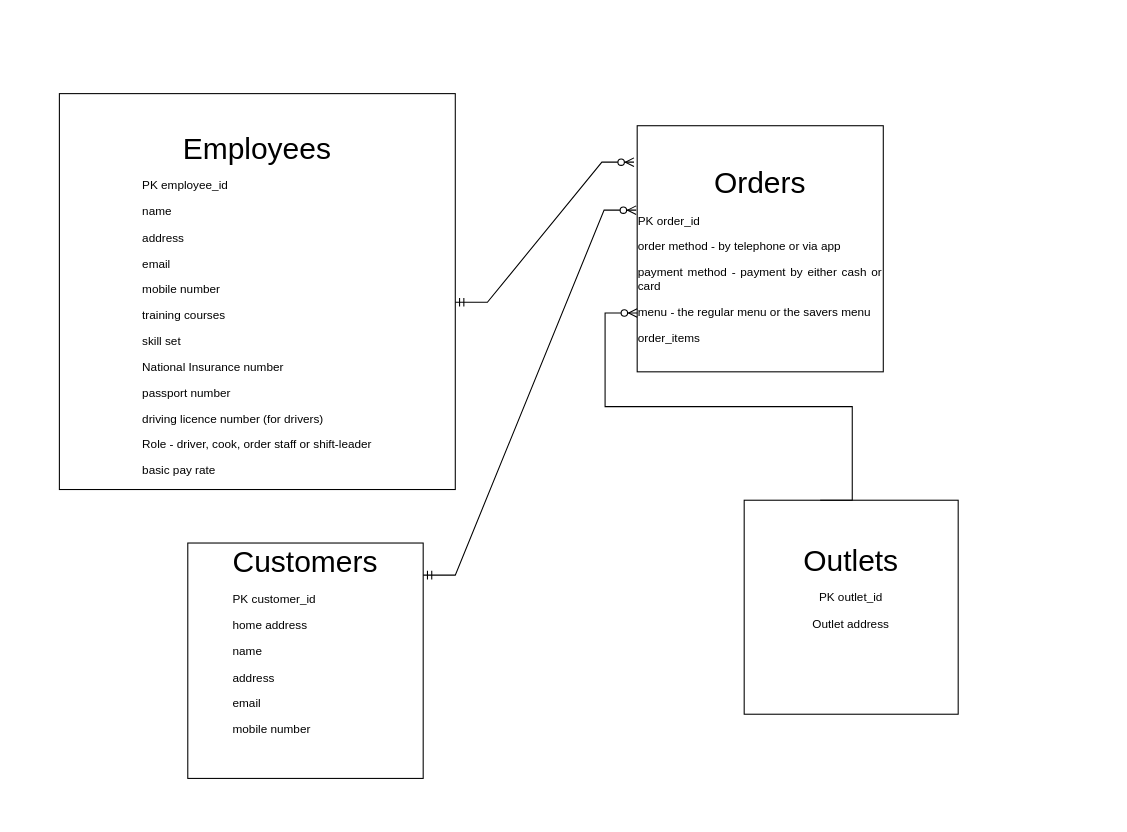
Above: Untitled Diagram.drawio in yuliiabosher/Relational-databases (draw.io), before the change. Source tidied: cells renumbered, new cells numbered last; positions are measured from the earlier drawing's top-left corner, leaving out a move shared by most shapes. Both pictures are drawn from the tidied source at 107%, with x=0, y=0 at pixel (59, 93).
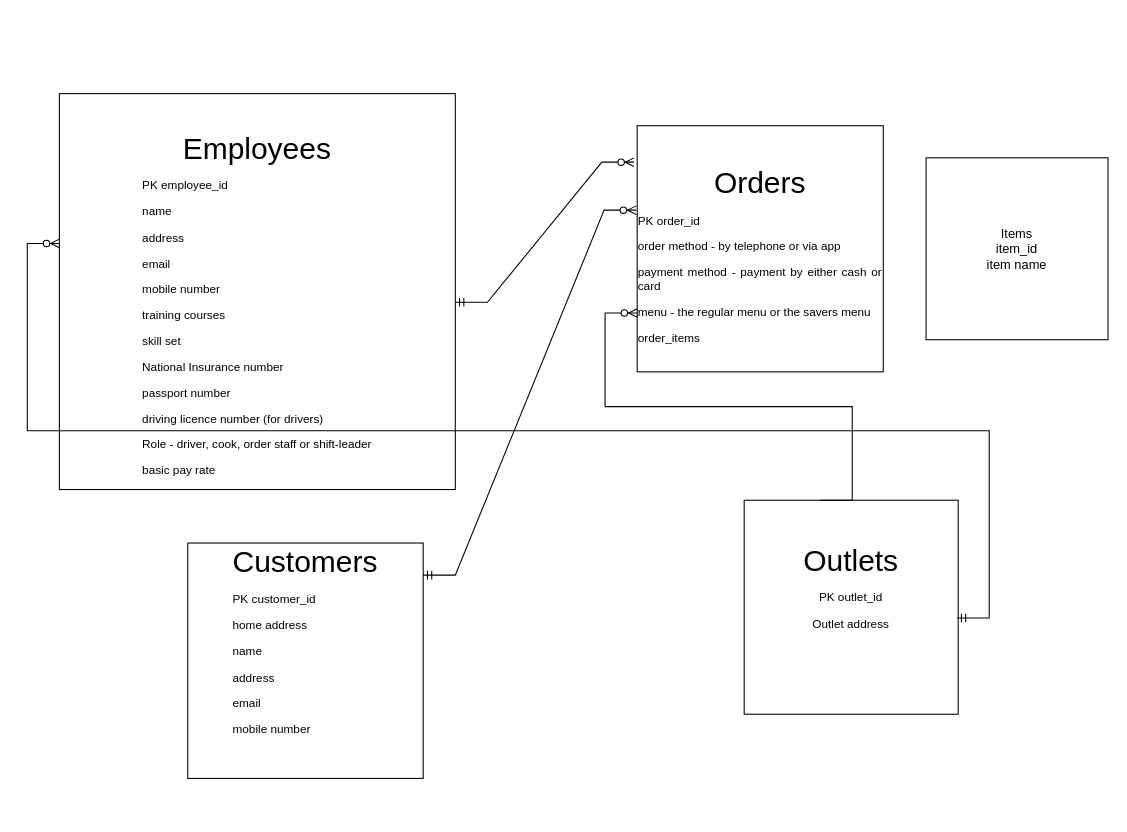
After the change.

What changed in the source:
```diff
@@
 <mxGraphModel>
   <root>
     <mxCell id="0" />
     <mxCell id="1" parent="0" />
     <mxCell id="2" value="&lt;p style=&quot;text-align: center; font-size: 11px;&quot;&gt;&lt;font style=&quot;font-size: 11px;&quot;&gt;&lt;br&gt;&lt;/font&gt;&lt;/p&gt;&lt;p style=&quot;text-align: center; font-size: 11px;&quot;&gt;&lt;font style=&quot;font-size: 28px;&quot;&gt;Employees&lt;/font&gt;&lt;/p&gt;&lt;p style=&quot;text-align: left; font-size: 11px;&quot;&gt;&lt;font style=&quot;font-size: 11px;&quot;&gt;PK employee_id&lt;/font&gt;&lt;/p&gt;&lt;p style=&quot;text-align: justify; font-size: 11px;&quot;&gt;&lt;font style=&quot;font-size: 11px;&quot;&gt;&lt;span style=&quot;font-family: Calibri;&quot;&gt;name&lt;/span&gt;&lt;/font&gt;&lt;/p&gt;&lt;p style=&quot;text-align: justify; font-size: 11px;&quot;&gt;&lt;font style=&quot;font-size: 11px;&quot;&gt;&lt;span style=&quot;font-family: Calibri;&quot;&gt;address&lt;/span&gt;&lt;/font&gt;&lt;/p&gt;&lt;p style=&quot;text-align: justify; font-size: 11px;&quot;&gt;&lt;font style=&quot;font-size: 11px;&quot;&gt;&lt;span style=&quot;font-family: Calibri;&quot;&gt;email&lt;/span&gt;&lt;/font&gt;&lt;/p&gt;&lt;p style=&quot;text-align: justify; font-size: 11px;&quot;&gt;&lt;font style=&quot;font-size: 11px;&quot;&gt;&lt;span style=&quot;font-family: Calibri;&quot;&gt;mobile number&lt;/span&gt;&lt;/font&gt;&lt;/p&gt;&lt;p style=&quot;text-align: justify; font-size: 11px;&quot;&gt;&lt;font style=&quot;font-size: 11px;&quot;&gt;&lt;span style=&quot;font-family: Calibri;&quot;&gt;training courses&lt;/span&gt;&lt;/font&gt;&lt;/p&gt;&lt;p style=&quot;text-align: justify; font-size: 11px;&quot;&gt;&lt;font style=&quot;font-size: 11px;&quot;&gt;&lt;span style=&quot;font-family: Calibri;&quot;&gt;skill set&lt;/span&gt;&lt;/font&gt;&lt;/p&gt;&lt;p style=&quot;text-align: justify; font-size: 11px;&quot;&gt;&lt;font style=&quot;font-size: 11px;&quot;&gt;&lt;span style=&quot;font-family: Calibri;&quot;&gt;National Insurance number&lt;/span&gt;&lt;/font&gt;&lt;/p&gt;&lt;p style=&quot;text-align: justify; font-size: 11px;&quot;&gt;&lt;font style=&quot;font-size: 11px;&quot;&gt;&lt;span style=&quot;font-family: Calibri;&quot;&gt;passport number &lt;/span&gt;&lt;/font&gt;&lt;/p&gt;&lt;p style=&quot;text-align: justify; font-size: 11px;&quot;&gt;&lt;font style=&quot;font-size: 11px;&quot;&gt;&lt;span style=&quot;font-family: Calibri;&quot;&gt;driving licence number (for drivers)&lt;/span&gt;&lt;/font&gt;&lt;/p&gt;&lt;p style=&quot;text-align: justify; font-size: 11px;&quot;&gt;&lt;font style=&quot;font-size: 11px;&quot;&gt;&lt;span style=&quot;font-family: Calibri;&quot;&gt;Role - driver, cook, order staff or shift-leader&lt;/span&gt;&lt;/font&gt;&lt;/p&gt;&lt;p style=&quot;text-align: justify; font-size: 11px;&quot;&gt;&lt;font style=&quot;font-size: 11px;&quot;&gt;&lt;span style=&quot;font-family: Calibri;&quot;&gt;basic pay rate&lt;/span&gt;&lt;/font&gt;&lt;br&gt;&lt;/p&gt;" style="whiteSpace=wrap;html=1;" parent="1" vertex="1">
       <mxGeometry width="370" height="370" as="geometry" />
     </mxCell>
     <mxCell id="3" value="&lt;p style=&quot;text-align: center; font-size: 11px;&quot;&gt;&lt;font style=&quot;font-size: 11px;&quot;&gt;&lt;br&gt;&lt;/font&gt;&lt;/p&gt;&lt;p style=&quot;text-align: center; font-size: 11px;&quot;&gt;&lt;font style=&quot;font-size: 28px;&quot;&gt;Customers&lt;/font&gt;&lt;/p&gt;&lt;p style=&quot;text-align: justify; font-size: 11px;&quot;&gt;&lt;font style=&quot;font-size: 11px;&quot;&gt;&lt;span style=&quot;font-family: Calibri;&quot;&gt;PK customer_id&lt;/span&gt;&lt;/font&gt;&lt;/p&gt;&lt;p style=&quot;text-align: justify; font-size: 11px;&quot;&gt;&lt;font style=&quot;font-size: 11px;&quot;&gt;&lt;span style=&quot;font-family: Calibri;&quot;&gt;home address&lt;/span&gt;&lt;/font&gt;&lt;/p&gt;&lt;p style=&quot;text-align: justify; font-size: 11px;&quot;&gt;&lt;font style=&quot;font-size: 11px;&quot;&gt;&lt;span style=&quot;font-family: Calibri;&quot;&gt;name&lt;/span&gt;&lt;/font&gt;&lt;/p&gt;&lt;p style=&quot;text-align: justify; font-size: 11px;&quot;&gt;&lt;font style=&quot;font-size: 11px;&quot;&gt;&lt;span style=&quot;font-family: Calibri;&quot;&gt;address&lt;/span&gt;&lt;/font&gt;&lt;/p&gt;&lt;p style=&quot;text-align: justify; font-size: 11px;&quot;&gt;&lt;font style=&quot;font-size: 11px;&quot;&gt;&lt;span style=&quot;font-family: Calibri;&quot;&gt;email&lt;/span&gt;&lt;/font&gt;&lt;/p&gt;&lt;p style=&quot;text-align: justify; font-size: 11px;&quot;&gt;&lt;font style=&quot;font-size: 11px;&quot;&gt;&lt;span style=&quot;font-family: Calibri;&quot;&gt;mobile number&lt;/span&gt;&lt;/font&gt;&lt;/p&gt;&lt;p style=&quot;text-align: justify; font-size: 11px;&quot;&gt;&lt;font style=&quot;font-size: 11px;&quot;&gt;&lt;br&gt;&lt;/font&gt;&lt;/p&gt;&lt;p style=&quot;text-align: center; font-size: 11px;&quot;&gt;&lt;font style=&quot;font-size: 11px;&quot;&gt;&lt;br&gt;&lt;font style=&quot;font-size: 11px;&quot;&gt;&lt;br&gt;&lt;/font&gt;&lt;/font&gt;&lt;/p&gt;" style="whiteSpace=wrap;html=1;" parent="1" vertex="1">
       <mxGeometry x="120" y="420" width="220" height="220" as="geometry" />
     </mxCell>
     <mxCell id="4" value="&lt;p style=&quot;text-align: center; font-size: 11px;&quot;&gt;&lt;font style=&quot;font-size: 28px;&quot;&gt;Outlets&lt;/font&gt;&lt;/p&gt;&lt;p style=&quot;text-align: center; font-size: 11px;&quot;&gt;&lt;font style=&quot;font-size: 11px;&quot;&gt;&lt;span style=&quot;font-family: Calibri;&quot;&gt;PK outlet_id&lt;/span&gt;&lt;/font&gt;&lt;/p&gt;&lt;p style=&quot;text-align: center; font-size: 11px;&quot;&gt;&lt;font style=&quot;font-size: 11px;&quot;&gt;&lt;span style=&quot;font-family: Calibri;&quot;&gt;Outlet address&lt;/span&gt;&lt;/font&gt;&lt;/p&gt;&lt;p style=&quot;text-align: center; font-size: 11px;&quot;&gt;&lt;font style=&quot;font-size: 11px;&quot;&gt;&lt;br&gt;&lt;font style=&quot;font-size: 11px;&quot;&gt;&lt;br&gt;&lt;/font&gt;&lt;/font&gt;&lt;/p&gt;" style="whiteSpace=wrap;html=1;" parent="1" vertex="1">
       <mxGeometry x="640" y="380" width="200" height="200" as="geometry" />
     </mxCell>
     <mxCell id="5" value="&lt;p style=&quot;text-align: center;&quot;&gt;&lt;br&gt;&lt;/p&gt;&lt;p style=&quot;text-align: center;&quot;&gt;&lt;br&gt;&lt;/p&gt;&lt;p style=&quot;text-align: center;&quot;&gt;&lt;br&gt;&lt;/p&gt;&lt;p style=&quot;text-align: center;&quot;&gt;&lt;br&gt;&lt;/p&gt;&lt;p style=&quot;text-align: center;&quot;&gt;&lt;br&gt;&lt;/p&gt;&lt;p style=&quot;text-align: center;&quot;&gt;&lt;font style=&quot;font-size: 28px;&quot;&gt;Orders&lt;/font&gt; &lt;/p&gt;&lt;p style=&quot;text-align: justify; font-size: 11px;&quot;&gt;&lt;font style=&quot;font-size: 11px;&quot;&gt;&lt;span style=&quot;font-family: Calibri;&quot;&gt;PK order_id&lt;/span&gt;&lt;/font&gt;&lt;/p&gt;&lt;p style=&quot;text-align: justify; font-size: 11px;&quot;&gt;&lt;font style=&quot;font-size: 11px;&quot;&gt;&lt;span style=&quot;font-family: Calibri;&quot;&gt;order method - by telephone or via app &lt;/span&gt;&lt;/font&gt;&lt;/p&gt;&lt;p style=&quot;text-align: justify; font-size: 11px;&quot;&gt;&lt;font style=&quot;font-size: 11px;&quot;&gt;&lt;span style=&quot;font-family: Calibri;&quot;&gt;payment method - payment by either cash or card&lt;/span&gt;&lt;/font&gt;&lt;/p&gt;&lt;p style=&quot;text-align: justify; font-size: 11px;&quot;&gt;&lt;font style=&quot;font-size: 11px;&quot;&gt;&lt;span style=&quot;font-family: Calibri;&quot;&gt;menu - the regular menu or the savers menu&lt;/span&gt;&lt;/font&gt;&lt;/p&gt;&lt;p style=&quot;text-align: justify; font-size: 11px;&quot;&gt;&lt;font style=&quot;font-size: 11px;&quot;&gt;&lt;span style=&quot;font-family: Calibri;&quot;&gt;order_items&lt;/span&gt;&lt;/font&gt;&lt;/p&gt;&lt;p style=&quot;text-align: justify;&quot;&gt;&lt;br&gt;&lt;/p&gt;&lt;p style=&quot;text-align: justify;&quot;&gt;&lt;br&gt;&lt;/p&gt;&lt;p style=&quot;text-align: center;&quot;&gt;&lt;br&gt;&lt;/p&gt;&lt;p style=&quot;text-align: center;&quot;&gt;&lt;br&gt;&lt;br&gt;&lt;/p&gt;" style="whiteSpace=wrap;html=1;" parent="1" vertex="1">
       <mxGeometry x="540" y="30" width="230" height="230" as="geometry" />
     </mxCell>
     <mxCell id="6" style="edgeStyle=entityRelationEdgeStyle;fontSize=12;html=1;endArrow=ERzeroToMany;endFill=1;rounded=0;exitX=0.355;exitY=-0.025;exitDx=0;exitDy=0;exitPerimeter=0;" parent="1" edge="1">
       <mxGeometry relative="1" as="geometry">
         <mxPoint x="711" y="380" as="sourcePoint" />
         <mxPoint x="540" y="205" as="targetPoint" />
         <Array as="points">
           <mxPoint x="580" y="145" />
           <mxPoint x="560" y="155" />
         </Array>
       </mxGeometry>
     </mxCell>
     <mxCell id="7" style="edgeStyle=entityRelationEdgeStyle;fontSize=12;html=1;endArrow=ERzeroToMany;startArrow=ERmandOne;rounded=0;entryX=-0.004;entryY=0.343;entryDx=0;entryDy=0;entryPerimeter=0;" parent="1" edge="1" target="5">
       <mxGeometry relative="1" as="geometry">
         <mxPoint x="340" y="450" as="sourcePoint" />
       </mxGeometry>
     </mxCell>
     <mxCell id="8" style="edgeStyle=entityRelationEdgeStyle;fontSize=12;html=1;endArrow=ERzeroToMany;startArrow=ERmandOne;rounded=0;entryX=-0.013;entryY=0.148;entryDx=0;entryDy=0;entryPerimeter=0;" parent="1" edge="1" target="5">
       <mxGeometry relative="1" as="geometry">
         <mxPoint x="370" y="195" as="sourcePoint" />
       </mxGeometry>
     </mxCell>
+    <mxCell id="9" value="&lt;div&gt;Items&lt;/div&gt;&lt;div&gt;item_id&lt;/div&gt;&lt;div&gt;item name&lt;br&gt;&lt;/div&gt;" style="whiteSpace=wrap;html=1;" parent="1" vertex="1">
+      <mxGeometry x="810" y="60" width="170" height="170" as="geometry" />
+    </mxCell>
+    <mxCell id="10" style="edgeStyle=entityRelationEdgeStyle;fontSize=12;html=1;endArrow=ERzeroToMany;startArrow=ERmandOne;rounded=0;exitX=0.995;exitY=0.55;exitDx=0;exitDy=0;exitPerimeter=0;" parent="1" edge="1" source="4">
+      <mxGeometry relative="1" as="geometry">
+        <mxPoint y="140" as="targetPoint" />
+        <Array as="points">
+          <mxPoint x="220" y="260" />
+          <mxPoint x="160" y="350" />
+          <mxPoint x="-105" y="230" />
+        </Array>
+      </mxGeometry>
+    </mxCell>
   </root>
 </mxGraphModel>
```
